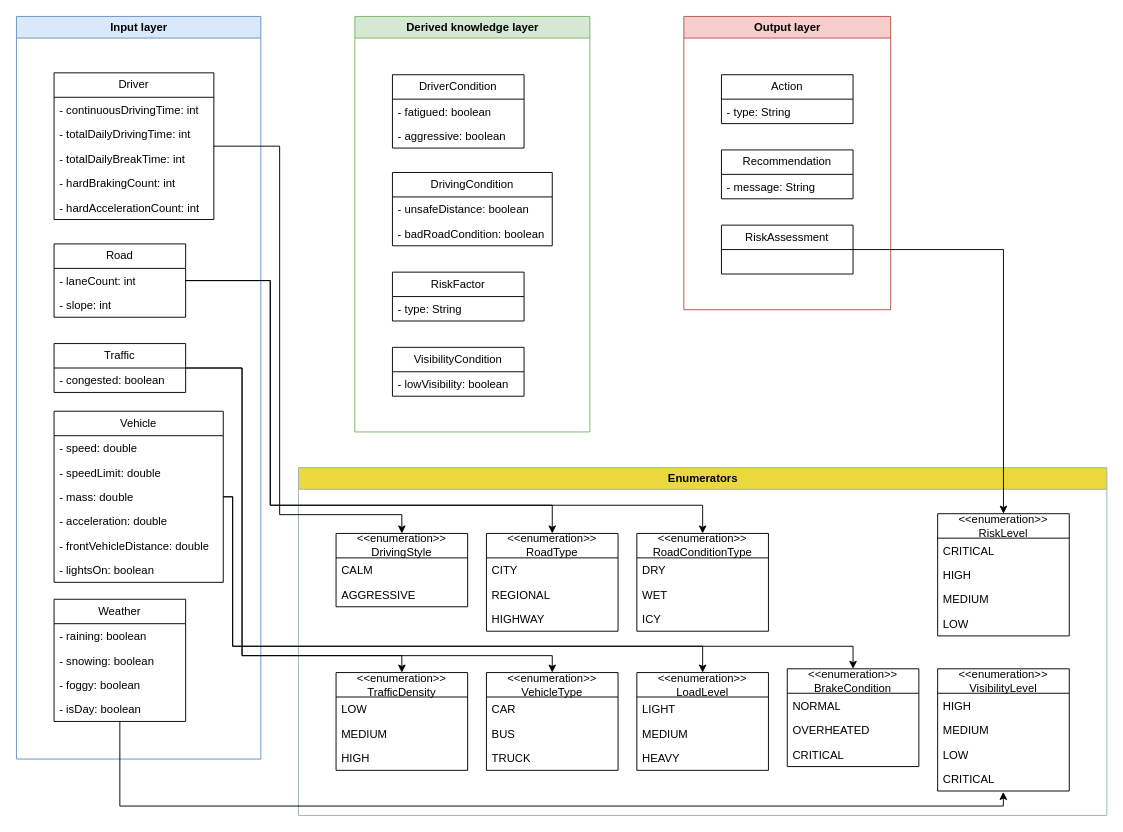
Earlier version of the draw.io diagram ClassDiagram.drawio (SirBoi/knowledge-based-systems-project-2026). Source tidied: cells renumbered, new cells numbered last; positions are measured from the earlier drawing's top-left corner, leaving out a move shared by most shapes. Both pictures are drawn from the tidied source at 94%, with x=0, y=0 at pixel (16, 16).
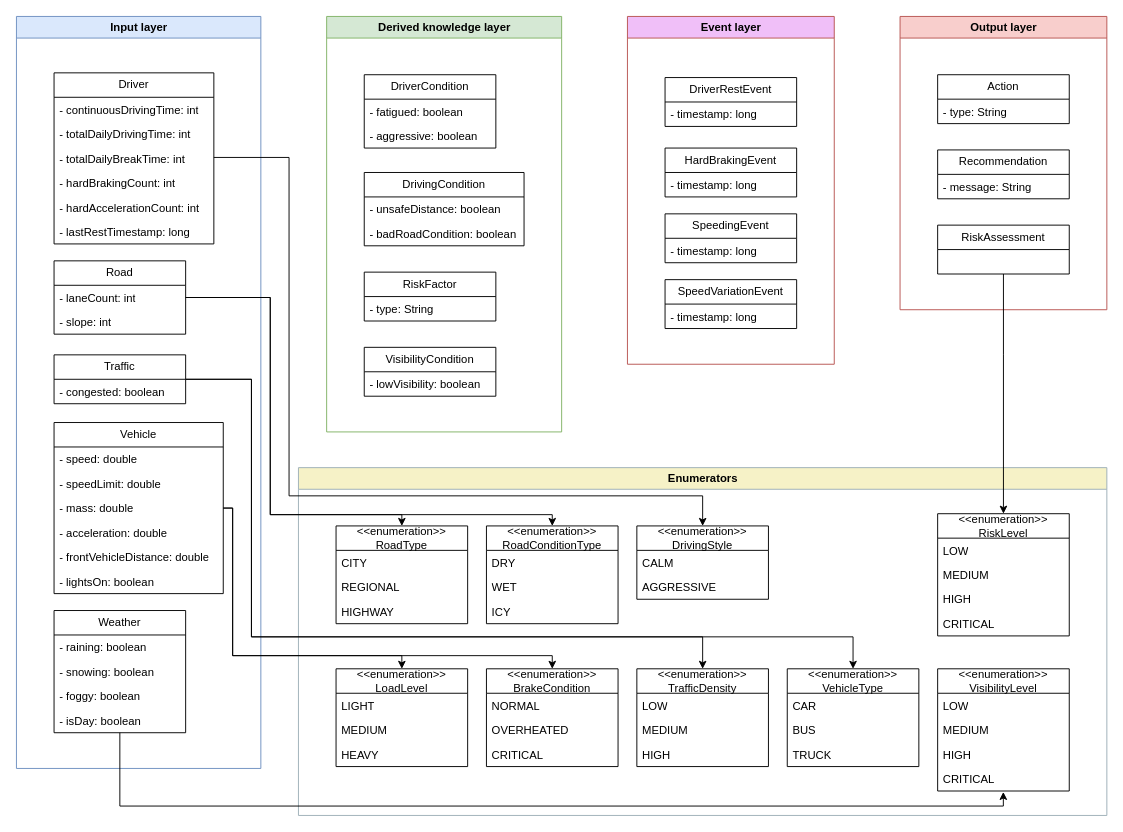
The same diagram, later.

Commit message (it also covers changes not shown here):
Updated class diagram.

Unchanged cells that the change refers to:
```xml
<mxCell id="4" value="- laneCount: int" style="text;strokeColor=none;fillColor=none;align=left;verticalAlign=top;spacingLeft=4;spacingRight=4;overflow=hidden;points=[[0,0.5],[1,0.5]];portConstraint=eastwest;whiteSpace=wrap;html=1;" parent="3" vertex="1">
  <mxGeometry y="26" width="140" height="26" as="geometry" />
</mxCell>
<mxCell id="17" value="- mass: double" style="text;strokeColor=none;fillColor=none;align=left;verticalAlign=top;spacingLeft=4;spacingRight=4;overflow=hidden;points=[[0,0.5],[1,0.5]];portConstraint=eastwest;whiteSpace=wrap;html=1;" parent="14" vertex="1">
  <mxGeometry y="78" width="180" height="26" as="geometry" />
</mxCell>
<mxCell id="42" value="RiskAssessment" style="swimlane;fontStyle=0;horizontal=1;startSize=26;fillColor=none;whiteSpace=wrap;html=1;" parent="37" vertex="1">
  <mxGeometry x="40" y="222" width="140" height="52" as="geometry" />
</mxCell>
```

Change to the diagram source:
```diff
@@
-<mxGraphModel>
+<mxGraphModel background="#ffffff">
@@
     <mxCell id="2" value="Input layer" style="swimlane;html=1;fillColor=#dae8fc;strokeColor=#6c8ebf;rounded=0;" parent="1" vertex="1">
-      <mxGeometry width="260" height="790" as="geometry" />
+      <mxGeometry width="260" height="800" as="geometry" />
     </mxCell>
     <mxCell id="3" value="Road" style="swimlane;fontStyle=0;horizontal=1;startSize=26;fillColor=none;whiteSpace=wrap;html=1;" parent="2" vertex="1">
-      <mxGeometry x="40" y="242" width="140" height="78" as="geometry" />
+      <mxGeometry x="40" y="260" width="140" height="78" as="geometry" />
     </mxCell>
@@
     <mxCell id="6" value="Driver" style="swimlane;fontStyle=0;horizontal=1;startSize=26;fillColor=none;whiteSpace=wrap;html=1;" parent="2" vertex="1">
-      <mxGeometry x="40" y="60" width="170" height="156" as="geometry" />
+      <mxGeometry x="40" y="60" width="170" height="182" as="geometry" />
     </mxCell>
@@
+    <mxCell id="90" value="- lastRestTimestamp: long" style="text;strokeColor=none;fillColor=none;align=left;verticalAlign=top;spacingLeft=4;spacingRight=4;overflow=hidden;whiteSpace=wrap;html=1;" parent="6" vertex="1">
+      <mxGeometry y="156" width="170" height="26" as="geometry" />
+    </mxCell>
     <mxCell id="12" value="Traffic" style="swimlane;fontStyle=0;horizontal=1;startSize=26;fillColor=none;whiteSpace=wrap;html=1;" parent="2" vertex="1">
-      <mxGeometry x="40" y="348" width="140" height="52" as="geometry" />
+      <mxGeometry x="40" y="360" width="140" height="52" as="geometry" />
     </mxCell>
@@
     <mxCell id="14" value="Vehicle" style="swimlane;fontStyle=0;horizontal=1;startSize=26;fillColor=none;whiteSpace=wrap;html=1;" parent="2" vertex="1">
-      <mxGeometry x="40" y="420" width="180" height="182" as="geometry" />
+      <mxGeometry x="40" y="432" width="180" height="182" as="geometry" />
     </mxCell>
@@
     <mxCell id="21" value="Weather" style="swimlane;fontStyle=0;horizontal=1;startSize=26;fillColor=none;whiteSpace=wrap;html=1;" parent="2" vertex="1">
-      <mxGeometry x="40" y="620" width="140" height="130" as="geometry" />
+      <mxGeometry x="40" y="632" width="140" height="130" as="geometry" />
     </mxCell>
@@
     <mxCell id="26" value="Derived knowledge layer" style="swimlane;html=1;fillColor=#d5e8d4;strokeColor=#82b366;rounded=0;" parent="1" vertex="1">
-      <mxGeometry x="360" width="250" height="442" as="geometry" />
+      <mxGeometry x="330" width="250" height="442" as="geometry" />
     </mxCell>
@@
     <mxCell id="37" value="Output layer" style="swimlane;html=1;fillColor=#f8cecc;strokeColor=#b85450;rounded=0;" parent="1" vertex="1">
-      <mxGeometry x="710" width="220" height="312" as="geometry" />
+      <mxGeometry x="940" width="220" height="312" as="geometry" />
     </mxCell>
@@
-    <mxCell id="43" value="Enumerators" style="swimlane;html=1;fillColor=#ead83c;strokeColor=#9caeb7;rounded=0;" parent="1" vertex="1">
+    <mxCell id="43" value="Enumerators" style="swimlane;html=1;fillColor=light-dark(#F6F2C7,#605E00);strokeColor=#9caeb7;rounded=0;" parent="1" vertex="1">
       <mxGeometry x="300" y="480" width="860" height="370" as="geometry" />
     </mxCell>
     <mxCell id="44" value="&lt;div&gt;&amp;lt;&amp;lt;enumeration&amp;gt;&amp;gt;&lt;/div&gt;&lt;div&gt;LoadLevel&lt;/div&gt;" style="swimlane;fontStyle=0;horizontal=1;startSize=26;fillColor=none;whiteSpace=wrap;html=1;" parent="43" vertex="1">
-      <mxGeometry x="360" y="218" width="140" height="104" as="geometry" />
+      <mxGeometry x="40" y="214" width="140" height="104" as="geometry" />
     </mxCell>
@@
-    <mxCell id="48" value="&lt;div&gt;&amp;lt;&amp;lt;enumeration&amp;gt;&amp;gt;&lt;/div&gt;DrivingStyle" style="swimlane;fontStyle=0;horizontal=1;startSize=26;fillColor=none;whiteSpace=wrap;html=1;" parent="43" vertex="1">
-      <mxGeometry x="40" y="70" width="140" height="78" as="geometry" />
-    </mxCell>
-    <mxCell id="49" value="CALM" style="text;strokeColor=none;fillColor=none;align=left;verticalAlign=top;spacingLeft=4;spacingRight=4;overflow=hidden;whiteSpace=wrap;html=1;" parent="48" vertex="1">
-      <mxGeometry y="26" width="140" height="26" as="geometry" />
-    </mxCell>
-    <mxCell id="50" value="AGGRESSIVE" style="text;strokeColor=none;fillColor=none;align=left;verticalAlign=top;spacingLeft=4;spacingRight=4;overflow=hidden;whiteSpace=wrap;html=1;" parent="48" vertex="1">
-      <mxGeometry y="52" width="140" height="26" as="geometry" />
-    </mxCell>
     <mxCell id="51" value="&lt;div&gt;&amp;lt;&amp;lt;enumeration&amp;gt;&amp;gt;&lt;/div&gt;&lt;div&gt;RoadType&lt;/div&gt;" style="swimlane;fontStyle=0;horizontal=1;startSize=26;fillColor=none;whiteSpace=wrap;html=1;" parent="43" vertex="1">
-      <mxGeometry x="200" y="70" width="140" height="104" as="geometry" />
+      <mxGeometry x="40" y="62" width="140" height="104" as="geometry" />
     </mxCell>
@@
     <mxCell id="55" value="&lt;div&gt;&amp;lt;&amp;lt;enumeration&amp;gt;&amp;gt;&lt;/div&gt;&lt;div&gt;RoadConditionType&lt;/div&gt;" style="swimlane;fontStyle=0;horizontal=1;startSize=26;fillColor=none;whiteSpace=wrap;html=1;" parent="43" vertex="1">
-      <mxGeometry x="360" y="70" width="140" height="104" as="geometry" />
+      <mxGeometry x="200" y="62" width="140" height="104" as="geometry" />
     </mxCell>
@@
+    <mxCell id="67" value="&lt;div&gt;&amp;lt;&amp;lt;enumeration&amp;gt;&amp;gt;&lt;/div&gt;&lt;div&gt;BrakeCondition&lt;/div&gt;" style="swimlane;fontStyle=0;horizontal=1;startSize=26;fillColor=none;whiteSpace=wrap;html=1;" parent="43" vertex="1">
+      <mxGeometry x="200" y="214" width="140" height="104" as="geometry" />
+    </mxCell>
+    <mxCell id="68" value="NORMAL" style="text;strokeColor=none;fillColor=none;align=left;verticalAlign=top;spacingLeft=4;spacingRight=4;overflow=hidden;whiteSpace=wrap;html=1;" parent="67" vertex="1">
+      <mxGeometry y="26" width="140" height="26" as="geometry" />
+    </mxCell>
+    <mxCell id="69" value="OVERHEATED&lt;span style=&quot;white-space: pre;&quot;&gt;&#9;&lt;/span&gt;" style="text;strokeColor=none;fillColor=none;align=left;verticalAlign=top;spacingLeft=4;spacingRight=4;overflow=hidden;whiteSpace=wrap;html=1;" parent="67" vertex="1">
+      <mxGeometry y="52" width="140" height="26" as="geometry" />
+    </mxCell>
+    <mxCell id="70" value="CRITICAL" style="text;strokeColor=none;fillColor=none;align=left;verticalAlign=top;spacingLeft=4;spacingRight=4;overflow=hidden;whiteSpace=wrap;html=1;" parent="67" vertex="1">
+      <mxGeometry y="78" width="140" height="26" as="geometry" />
+    </mxCell>
+    <mxCell id="71" value="&lt;div&gt;&amp;lt;&amp;lt;enumeration&amp;gt;&amp;gt;&lt;/div&gt;&lt;div&gt;VisibilityLevel&lt;/div&gt;" style="swimlane;fontStyle=0;horizontal=1;startSize=26;fillColor=none;whiteSpace=wrap;html=1;" parent="43" vertex="1">
+      <mxGeometry x="680" y="214" width="140" height="130" as="geometry" />
+    </mxCell>
+    <mxCell id="74" value="LOW" style="text;strokeColor=none;fillColor=none;align=left;verticalAlign=top;spacingLeft=4;spacingRight=4;overflow=hidden;whiteSpace=wrap;html=1;" parent="71" vertex="1">
+      <mxGeometry y="26" width="140" height="26" as="geometry" />
+    </mxCell>
+    <mxCell id="73" value="MEDIUM" style="text;strokeColor=none;fillColor=none;align=left;verticalAlign=top;spacingLeft=4;spacingRight=4;overflow=hidden;whiteSpace=wrap;html=1;" parent="71" vertex="1">
+      <mxGeometry y="52" width="140" height="26" as="geometry" />
+    </mxCell>
+    <mxCell id="72" value="HIGH" style="text;strokeColor=none;fillColor=none;align=left;verticalAlign=top;spacingLeft=4;spacingRight=4;overflow=hidden;whiteSpace=wrap;html=1;" parent="71" vertex="1">
+      <mxGeometry y="78" width="140" height="26" as="geometry" />
+    </mxCell>
+    <mxCell id="75" value="CRITICAL" style="text;strokeColor=none;fillColor=none;align=left;verticalAlign=top;spacingLeft=4;spacingRight=4;overflow=hidden;points=[[0,0.5],[1,0.5]];portConstraint=eastwest;whiteSpace=wrap;html=1;" parent="71" vertex="1">
+      <mxGeometry y="104" width="140" height="26" as="geometry" />
+    </mxCell>
+    <mxCell id="76" value="&lt;div&gt;&amp;lt;&amp;lt;enumeration&amp;gt;&amp;gt;&lt;/div&gt;&lt;div&gt;RiskLevel&lt;/div&gt;" style="swimlane;fontStyle=0;horizontal=1;startSize=26;fillColor=none;whiteSpace=wrap;html=1;" parent="43" vertex="1">
+      <mxGeometry x="680" y="49" width="140" height="130" as="geometry" />
+    </mxCell>
+    <mxCell id="80" value="LOW" style="text;strokeColor=none;fillColor=none;align=left;verticalAlign=top;spacingLeft=4;spacingRight=4;overflow=hidden;whiteSpace=wrap;html=1;" parent="76" vertex="1">
+      <mxGeometry y="26" width="140" height="26" as="geometry" />
+    </mxCell>
+    <mxCell id="79" value="MEDIUM" style="text;strokeColor=none;fillColor=none;align=left;verticalAlign=top;spacingLeft=4;spacingRight=4;overflow=hidden;whiteSpace=wrap;html=1;" parent="76" vertex="1">
+      <mxGeometry y="52" width="140" height="26" as="geometry" />
+    </mxCell>
+    <mxCell id="78" value="HIGH" style="text;strokeColor=none;fillColor=none;align=left;verticalAlign=top;spacingLeft=4;spacingRight=4;overflow=hidden;whiteSpace=wrap;html=1;" parent="76" vertex="1">
+      <mxGeometry y="78" width="140" height="26" as="geometry" />
+    </mxCell>
+    <mxCell id="77" value="CRITICAL" style="text;strokeColor=none;fillColor=none;align=left;verticalAlign=top;spacingLeft=4;spacingRight=4;overflow=hidden;whiteSpace=wrap;html=1;" parent="76" vertex="1">
+      <mxGeometry y="104" width="140" height="26" as="geometry" />
+    </mxCell>
+    <mxCell id="48" value="&lt;div&gt;&amp;lt;&amp;lt;enumeration&amp;gt;&amp;gt;&lt;/div&gt;DrivingStyle" style="swimlane;fontStyle=0;horizontal=1;startSize=26;fillColor=none;whiteSpace=wrap;html=1;" parent="43" vertex="1">
+      <mxGeometry x="360" y="62" width="140" height="78" as="geometry" />
+    </mxCell>
+    <mxCell id="49" value="CALM" style="text;strokeColor=none;fillColor=none;align=left;verticalAlign=top;spacingLeft=4;spacingRight=4;overflow=hidden;whiteSpace=wrap;html=1;" parent="48" vertex="1">
+      <mxGeometry y="26" width="140" height="26" as="geometry" />
+    </mxCell>
+    <mxCell id="50" value="AGGRESSIVE" style="text;strokeColor=none;fillColor=none;align=left;verticalAlign=top;spacingLeft=4;spacingRight=4;overflow=hidden;whiteSpace=wrap;html=1;" parent="48" vertex="1">
+      <mxGeometry y="52" width="140" height="26" as="geometry" />
+    </mxCell>
     <mxCell id="59" value="&lt;div&gt;&amp;lt;&amp;lt;enumeration&amp;gt;&amp;gt;&lt;/div&gt;&lt;div&gt;TrafficDensity&lt;/div&gt;" style="swimlane;fontStyle=0;horizontal=1;startSize=26;fillColor=none;whiteSpace=wrap;html=1;" parent="43" vertex="1">
-      <mxGeometry x="40" y="218" width="140" height="104" as="geometry" />
+      <mxGeometry x="360" y="214" width="140" height="104" as="geometry" />
     </mxCell>
@@
     <mxCell id="63" value="&lt;div&gt;&amp;lt;&amp;lt;enumeration&amp;gt;&amp;gt;&lt;/div&gt;&lt;div&gt;VehicleType&lt;/div&gt;" style="swimlane;fontStyle=0;horizontal=1;startSize=26;fillColor=none;whiteSpace=wrap;html=1;" parent="43" vertex="1">
-      <mxGeometry x="200" y="218" width="140" height="104" as="geometry" />
+      <mxGeometry x="520" y="214" width="140" height="104" as="geometry" />
     </mxCell>
@@
-    <mxCell id="67" value="&lt;div&gt;&amp;lt;&amp;lt;enumeration&amp;gt;&amp;gt;&lt;/div&gt;&lt;div&gt;BrakeCondition&lt;/div&gt;" style="swimlane;fontStyle=0;horizontal=1;startSize=26;fillColor=none;whiteSpace=wrap;html=1;" parent="43" vertex="1">
-      <mxGeometry x="520" y="214" width="140" height="104" as="geometry" />
-    </mxCell>
-    <mxCell id="68" value="NORMAL" style="text;strokeColor=none;fillColor=none;align=left;verticalAlign=top;spacingLeft=4;spacingRight=4;overflow=hidden;whiteSpace=wrap;html=1;" parent="67" vertex="1">
-      <mxGeometry y="26" width="140" height="26" as="geometry" />
-    </mxCell>
-    <mxCell id="69" value="OVERHEATED&lt;span style=&quot;white-space: pre;&quot;&gt;&#9;&lt;/span&gt;" style="text;strokeColor=none;fillColor=none;align=left;verticalAlign=top;spacingLeft=4;spacingRight=4;overflow=hidden;whiteSpace=wrap;html=1;" parent="67" vertex="1">
-      <mxGeometry y="52" width="140" height="26" as="geometry" />
-    </mxCell>
-    <mxCell id="70" value="CRITICAL" style="text;strokeColor=none;fillColor=none;align=left;verticalAlign=top;spacingLeft=4;spacingRight=4;overflow=hidden;whiteSpace=wrap;html=1;" parent="67" vertex="1">
-      <mxGeometry y="78" width="140" height="26" as="geometry" />
-    </mxCell>
-    <mxCell id="71" value="&lt;div&gt;&amp;lt;&amp;lt;enumeration&amp;gt;&amp;gt;&lt;/div&gt;&lt;div&gt;VisibilityLevel&lt;/div&gt;" style="swimlane;fontStyle=0;horizontal=1;startSize=26;fillColor=none;whiteSpace=wrap;html=1;" parent="43" vertex="1">
-      <mxGeometry x="680" y="214" width="140" height="130" as="geometry" />
-    </mxCell>
-    <mxCell id="72" value="HIGH" style="text;strokeColor=none;fillColor=none;align=left;verticalAlign=top;spacingLeft=4;spacingRight=4;overflow=hidden;whiteSpace=wrap;html=1;" parent="71" vertex="1">
-      <mxGeometry y="26" width="140" height="26" as="geometry" />
-    </mxCell>
-    <mxCell id="73" value="MEDIUM" style="text;strokeColor=none;fillColor=none;align=left;verticalAlign=top;spacingLeft=4;spacingRight=4;overflow=hidden;whiteSpace=wrap;html=1;" parent="71" vertex="1">
-      <mxGeometry y="52" width="140" height="26" as="geometry" />
-    </mxCell>
-    <mxCell id="74" value="LOW" style="text;strokeColor=none;fillColor=none;align=left;verticalAlign=top;spacingLeft=4;spacingRight=4;overflow=hidden;whiteSpace=wrap;html=1;" parent="71" vertex="1">
-      <mxGeometry y="78" width="140" height="26" as="geometry" />
-    </mxCell>
-    <mxCell id="75" value="CRITICAL" style="text;strokeColor=none;fillColor=none;align=left;verticalAlign=top;spacingLeft=4;spacingRight=4;overflow=hidden;points=[[0,0.5],[1,0.5]];portConstraint=eastwest;whiteSpace=wrap;html=1;" parent="71" vertex="1">
-      <mxGeometry y="104" width="140" height="26" as="geometry" />
-    </mxCell>
-    <mxCell id="76" value="&lt;div&gt;&amp;lt;&amp;lt;enumeration&amp;gt;&amp;gt;&lt;/div&gt;&lt;div&gt;RiskLevel&lt;/div&gt;" style="swimlane;fontStyle=0;horizontal=1;startSize=26;fillColor=none;whiteSpace=wrap;html=1;" parent="43" vertex="1">
-      <mxGeometry x="680" y="49" width="140" height="130" as="geometry" />
-    </mxCell>
-    <mxCell id="77" value="CRITICAL" style="text;strokeColor=none;fillColor=none;align=left;verticalAlign=top;spacingLeft=4;spacingRight=4;overflow=hidden;whiteSpace=wrap;html=1;" parent="76" vertex="1">
-      <mxGeometry y="26" width="140" height="26" as="geometry" />
-    </mxCell>
-    <mxCell id="78" value="HIGH" style="text;strokeColor=none;fillColor=none;align=left;verticalAlign=top;spacingLeft=4;spacingRight=4;overflow=hidden;whiteSpace=wrap;html=1;" parent="76" vertex="1">
-      <mxGeometry y="52" width="140" height="26" as="geometry" />
-    </mxCell>
-    <mxCell id="79" value="MEDIUM" style="text;strokeColor=none;fillColor=none;align=left;verticalAlign=top;spacingLeft=4;spacingRight=4;overflow=hidden;whiteSpace=wrap;html=1;" parent="76" vertex="1">
-      <mxGeometry y="78" width="140" height="26" as="geometry" />
-    </mxCell>
-    <mxCell id="80" value="LOW" style="text;strokeColor=none;fillColor=none;align=left;verticalAlign=top;spacingLeft=4;spacingRight=4;overflow=hidden;whiteSpace=wrap;html=1;" parent="76" vertex="1">
-      <mxGeometry y="104" width="140" height="26" as="geometry" />
-    </mxCell>
     <mxCell id="81" style="edgeStyle=orthogonalEdgeStyle;rounded=0;jettySize=auto;html=1;entryX=0.5;entryY=0;entryDx=0;entryDy=0;" parent="1" edge="1" source="6" target="48">
       <mxGeometry relative="1" as="geometry">
         <Array as="points">
-          <mxPoint x="280" y="138" />
-          <mxPoint x="280" y="530" />
-          <mxPoint x="410" y="530" />
+          <mxPoint x="290" y="150" />
+          <mxPoint x="290" y="510" />
+          <mxPoint x="730" y="510" />
         </Array>
       </mxGeometry>
     </mxCell>
     <mxCell id="82" style="edgeStyle=orthogonalEdgeStyle;rounded=0;jettySize=auto;html=1;entryX=0.5;entryY=0;entryDx=0;entryDy=0;" parent="1" edge="1" source="3" target="51">
       <mxGeometry relative="1" as="geometry">
         <Array as="points">
-          <mxPoint x="270" y="281" />
-          <mxPoint x="270" y="520" />
-          <mxPoint x="570" y="520" />
+          <mxPoint x="270" y="299" />
+          <mxPoint x="270" y="530" />
+          <mxPoint x="410" y="530" />
         </Array>
       </mxGeometry>
     </mxCell>
-    <mxCell id="83" style="edgeStyle=orthogonalEdgeStyle;rounded=0;jettySize=auto;html=1;entryX=0.5;entryY=0;entryDx=0;entryDy=0;" parent="1" edge="1" source="4" target="55">
+    <mxCell id="83" style="edgeStyle=orthogonalEdgeStyle;rounded=0;jettySize=auto;html=1;entryX=0.5;entryY=0;entryDx=0;entryDy=0;exitX=1;exitY=0.5;exitDx=0;exitDy=0;" parent="1" edge="1" source="4" target="55">
       <mxGeometry relative="1" as="geometry">
         <Array as="points">
-          <mxPoint x="270" y="281" />
-          <mxPoint x="270" y="520" />
-          <mxPoint x="730" y="520" />
+          <mxPoint x="270" y="299" />
+          <mxPoint x="270" y="530" />
+          <mxPoint x="570" y="530" />
         </Array>
       </mxGeometry>
     </mxCell>
     <mxCell id="84" style="edgeStyle=orthogonalEdgeStyle;rounded=0;jettySize=auto;html=1;entryX=0.5;entryY=0;entryDx=0;entryDy=0;" parent="1" edge="1" source="12" target="59">
       <mxGeometry relative="1" as="geometry">
         <Array as="points">
-          <mxPoint x="240" y="374" />
-          <mxPoint x="240" y="680" />
-          <mxPoint x="410" y="680" />
+          <mxPoint x="250" y="386" />
+          <mxPoint x="250" y="660" />
+          <mxPoint x="730" y="660" />
         </Array>
       </mxGeometry>
     </mxCell>
     <mxCell id="85" style="edgeStyle=orthogonalEdgeStyle;rounded=0;jettySize=auto;html=1;entryX=0.5;entryY=0;entryDx=0;entryDy=0;exitX=1;exitY=0.5;exitDx=0;exitDy=0;" parent="1" edge="1" source="17" target="44">
       <mxGeometry relative="1" as="geometry">
         <Array as="points">
-          <mxPoint x="230" y="511" />
-          <mxPoint x="230" y="670" />
-          <mxPoint x="730" y="670" />
+          <mxPoint x="230" y="523" />
+          <mxPoint x="230" y="680" />
+          <mxPoint x="410" y="680" />
         </Array>
       </mxGeometry>
     </mxCell>
     <mxCell id="86" style="edgeStyle=orthogonalEdgeStyle;rounded=0;jettySize=auto;html=1;entryX=0.5;entryY=0;entryDx=0;entryDy=0;exitX=1;exitY=0.5;exitDx=0;exitDy=0;" parent="1" edge="1" source="17" target="67">
       <mxGeometry relative="1" as="geometry">
         <Array as="points">
-          <mxPoint x="230" y="511" />
-          <mxPoint x="230" y="670" />
-          <mxPoint x="890" y="670" />
+          <mxPoint x="230" y="523" />
+          <mxPoint x="230" y="680" />
+          <mxPoint x="570" y="680" />
         </Array>
       </mxGeometry>
     </mxCell>
@@
-    <mxCell id="88" style="edgeStyle=orthogonalEdgeStyle;rounded=0;jettySize=auto;html=1;entryX=0.5;entryY=0;entryDx=0;entryDy=0;" parent="1" edge="1" source="42" target="76">
-      <mxGeometry relative="1" as="geometry" />
+    <mxCell id="88" style="edgeStyle=orthogonalEdgeStyle;rounded=0;jettySize=auto;html=1;entryX=0.5;entryY=0;entryDx=0;entryDy=0;exitX=0.5;exitY=1;exitDx=0;exitDy=0;" parent="1" edge="1" source="42" target="76">
+      <mxGeometry relative="1" as="geometry">
+        <Array as="points">
+          <mxPoint x="1050" y="360" />
+          <mxPoint x="1050" y="360" />
+        </Array>
+      </mxGeometry>
     </mxCell>
     <mxCell id="89" style="edgeStyle=orthogonalEdgeStyle;rounded=0;jettySize=auto;html=1;entryX=0.5;entryY=0;entryDx=0;entryDy=0;" parent="1" edge="1" source="12" target="63">
       <mxGeometry relative="1" as="geometry">
         <Array as="points">
-          <mxPoint x="240" y="374" />
-          <mxPoint x="240" y="680" />
-          <mxPoint x="570" y="680" />
+          <mxPoint x="250" y="386" />
+          <mxPoint x="250" y="660" />
+          <mxPoint x="890" y="660" />
         </Array>
       </mxGeometry>
     </mxCell>
+    <mxCell id="91" value="Event layer" style="swimlane;html=1;fillColor=#F0BFF8;strokeColor=#b85450;rounded=0;startSize=23;" parent="1" vertex="1">
+      <mxGeometry x="650" width="220" height="370" as="geometry" />
+    </mxCell>
+    <mxCell id="92" value="DriverRestEvent" style="swimlane;fontStyle=0;horizontal=1;startSize=26;fillColor=none;whiteSpace=wrap;html=1;" parent="91" vertex="1">
+      <mxGeometry x="40" y="65" width="140" height="52" as="geometry" />
+    </mxCell>
+    <mxCell id="93" value="- timestamp: long" style="text;strokeColor=none;fillColor=none;align=left;verticalAlign=top;spacingLeft=4;spacingRight=4;overflow=hidden;whiteSpace=wrap;html=1;" parent="92" vertex="1">
+      <mxGeometry y="26" width="140" height="26" as="geometry" />
+    </mxCell>
+    <mxCell id="94" value="HardBrakingEvent" style="swimlane;fontStyle=0;horizontal=1;startSize=26;fillColor=none;whiteSpace=wrap;html=1;" parent="91" vertex="1">
+      <mxGeometry x="40" y="140" width="140" height="52" as="geometry" />
+    </mxCell>
+    <mxCell id="95" value="- timestamp: long" style="text;strokeColor=none;fillColor=none;align=left;verticalAlign=top;spacingLeft=4;spacingRight=4;overflow=hidden;whiteSpace=wrap;html=1;" parent="94" vertex="1">
+      <mxGeometry y="26" width="140" height="26" as="geometry" />
+    </mxCell>
+    <mxCell id="96" value="SpeedingEvent" style="swimlane;fontStyle=0;horizontal=1;startSize=26;fillColor=none;whiteSpace=wrap;html=1;" parent="91" vertex="1">
+      <mxGeometry x="40" y="210" width="140" height="52" as="geometry" />
+    </mxCell>
+    <mxCell id="97" value="- timestamp: long" style="text;strokeColor=none;fillColor=none;align=left;verticalAlign=top;spacingLeft=4;spacingRight=4;overflow=hidden;whiteSpace=wrap;html=1;" parent="96" vertex="1">
+      <mxGeometry y="26" width="140" height="26" as="geometry" />
+    </mxCell>
+    <mxCell id="98" value="SpeedVariationEvent" style="swimlane;fontStyle=0;horizontal=1;startSize=26;fillColor=none;whiteSpace=wrap;html=1;" parent="91" vertex="1">
+      <mxGeometry x="40" y="280" width="140" height="52" as="geometry" />
+    </mxCell>
+    <mxCell id="99" value="- timestamp: long" style="text;strokeColor=none;fillColor=none;align=left;verticalAlign=top;spacingLeft=4;spacingRight=4;overflow=hidden;whiteSpace=wrap;html=1;" parent="98" vertex="1">
+      <mxGeometry y="26" width="140" height="26" as="geometry" />
+    </mxCell>
```
